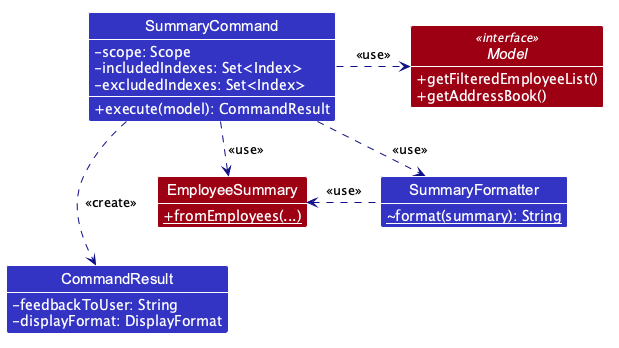
Earlier version of the PlantUML export docs/images/SummaryClassDiagram.png (AY2627S1-CS2103T-T16-3/tp).
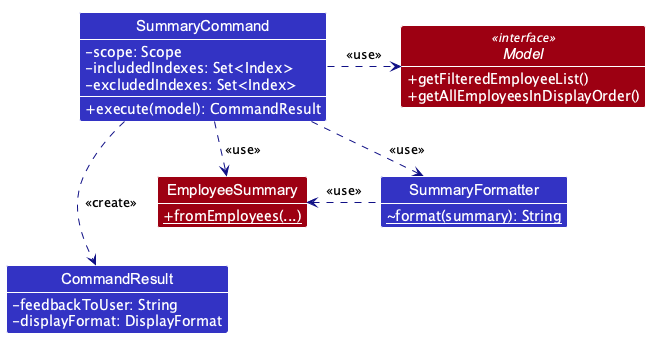
After the commit.

Commit message:
Update summary diagram for sorted scope

The edit, as a diff of the source:
```diff
@@ -20,7 +20,7 @@
 
 interface Model <<interface>> MODEL_COLOR {
     +getFilteredEmployeeList()
-    +getAddressBook()
+    +getAllEmployeesInDisplayOrder()
 }
 
 class EmployeeSummary MODEL_COLOR {
```
